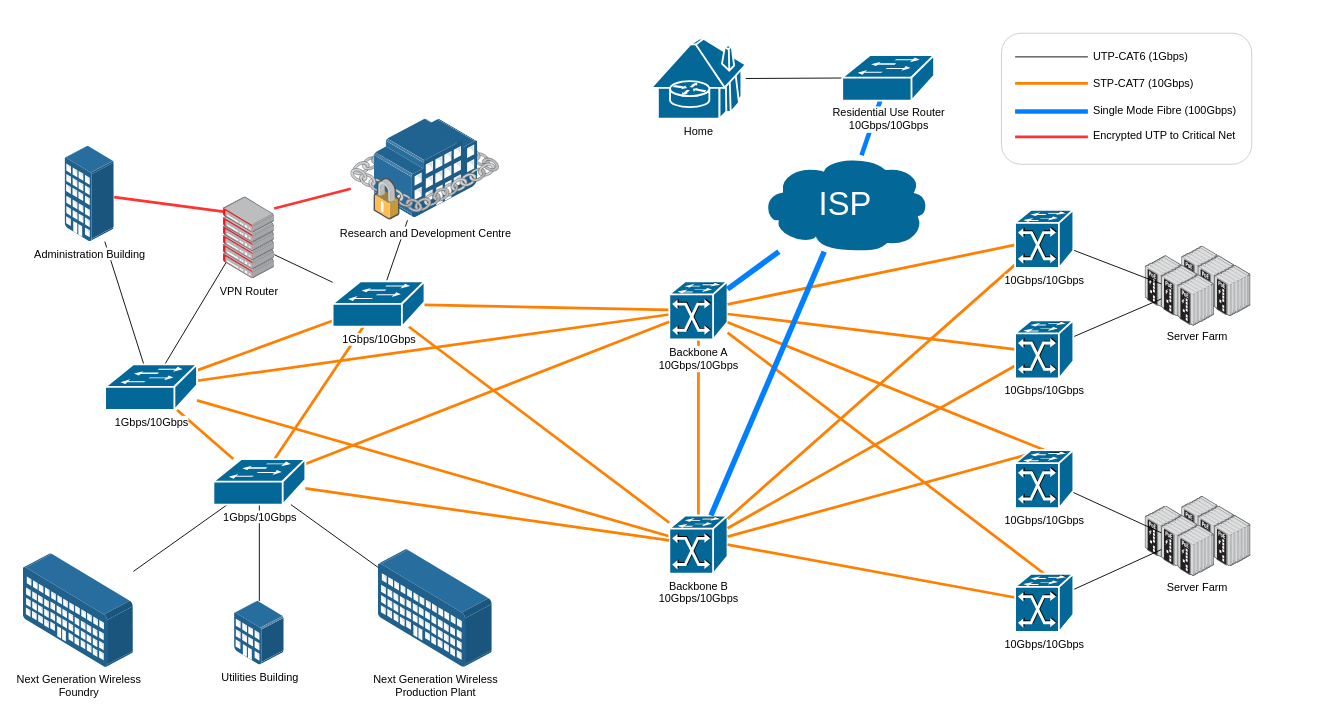
Above: page "Building Scale" (1 of 5) of Net_diagram/EE6223CA2.drawio in doem97/EE6223 (draw.io), before the change. Source tidied: cells renumbered, new cells numbered last; positions are measured from the earlier drawing's top-left corner, leaving out a move shared by most shapes. Both pictures are drawn from the tidied source at 91%, with x=0, y=0 at pixel (23, 33).
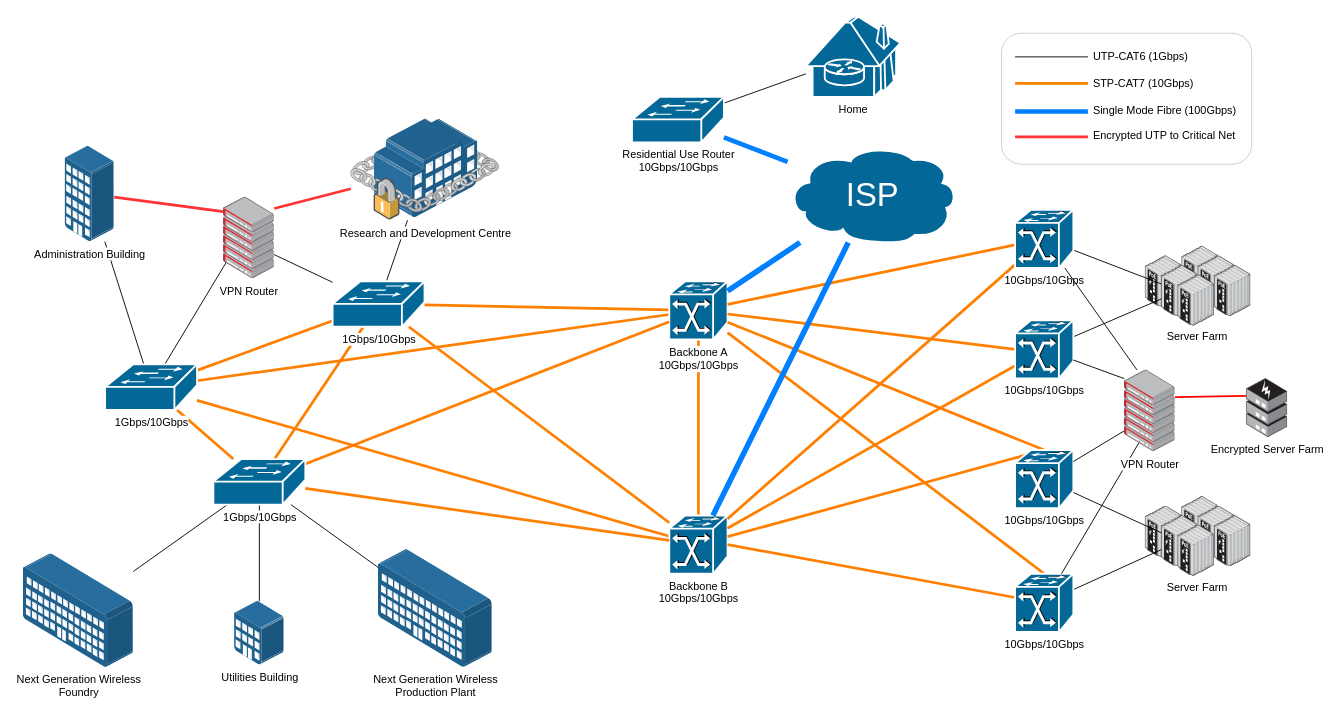
The same diagram, later.

Unchanged cells that the change refers to:
```xml
<mxCell id="36" value="10Gbps/10Gbps" style="shape=mxgraph.cisco.switches.atm_fast_gigabit_etherswitch;html=1;dashed=0;fillColor=#036897;strokeColor=#ffffff;strokeWidth=2;verticalLabelPosition=bottom;verticalAlign=top;align=center;outlineConnect=0;labelBackgroundColor=#ffffff;" parent="1" vertex="1">
  <mxGeometry x="1090" y="194" width="64" height="64" as="geometry" />
</mxCell>
<mxCell id="40" value="10Gbps/10Gbps" style="shape=mxgraph.cisco.switches.atm_fast_gigabit_etherswitch;html=1;dashed=0;fillColor=#036897;strokeColor=#ffffff;strokeWidth=2;verticalLabelPosition=bottom;verticalAlign=top;align=center;outlineConnect=0;labelBackgroundColor=#ffffff;" parent="1" vertex="1">
  <mxGeometry x="1090" y="315.4" width="64" height="64" as="geometry" />
</mxCell>
<mxCell id="44" value="10Gbps/10Gbps" style="shape=mxgraph.cisco.switches.atm_fast_gigabit_etherswitch;html=1;dashed=0;fillColor=#036897;strokeColor=#ffffff;strokeWidth=2;verticalLabelPosition=bottom;verticalAlign=top;align=center;outlineConnect=0;labelBackgroundColor=#ffffff;" parent="1" vertex="1">
  <mxGeometry x="1090" y="458" width="64" height="64" as="geometry" />
</mxCell>
<mxCell id="48" value="10Gbps/10Gbps" style="shape=mxgraph.cisco.switches.atm_fast_gigabit_etherswitch;html=1;dashed=0;fillColor=#036897;strokeColor=#ffffff;strokeWidth=2;verticalLabelPosition=bottom;verticalAlign=top;align=center;outlineConnect=0;labelBackgroundColor=#ffffff;" parent="1" vertex="1">
  <mxGeometry x="1090" y="594" width="64" height="64" as="geometry" />
</mxCell>
```

The edit, as a diff of the source:
```diff
@@
     <mxCell id="3" value="Home" style="shape=mxgraph.cisco.buildings.telecommuter_house;html=1;dashed=0;fillColor=#036897;strokeColor=#ffffff;strokeWidth=2;verticalLabelPosition=bottom;verticalAlign=top;align=center;outlineConnect=0;labelBackgroundColor=#ffffff;" parent="1" vertex="1">
-      <mxGeometry x="690" y="6" width="104" height="88" as="geometry" />
+      <mxGeometry x="860" y="-18" width="104" height="88" as="geometry" />
     </mxCell>
@@
     <mxCell id="65" style="group;" parent="1" vertex="1">
-      <mxGeometry x="810" y="134" width="186" height="106" as="geometry" />
+      <mxGeometry x="840" y="124" width="186" height="106" as="geometry" />
     </mxCell>
@@
     <mxCell id="92" value="Residential Use Router&lt;br&gt;10Gbps/10Gbps" style="shape=mxgraph.cisco.switches.workgroup_switch;html=1;dashed=0;fillColor=#036897;strokeColor=#ffffff;strokeWidth=2;verticalLabelPosition=bottom;verticalAlign=top;align=center;outlineConnect=0;labelBackgroundColor=#ffffff;" parent="1" vertex="1">
-      <mxGeometry x="900" y="24" width="101" height="50" as="geometry" />
+      <mxGeometry x="669" y="70" width="101" height="50" as="geometry" />
     </mxCell>
+    <mxCell id="93" value="Encrypted Server Farm" style="html=1;align=center;shadow=0;dashed=0;image;image=img/lib/allied_telesis/media_converters/Media_Converter_Standalone_POE.svg;labelBackgroundColor=#ffffff;fontColor=#000000;" parent="1" vertex="1">
+      <mxGeometry x="1344" y="407.2" width="45.6" height="37.2" as="geometry" />
+    </mxCell>
+    <mxCell id="94" style="html=1;align=center;shadow=0;dashed=0;image;image=img/lib/allied_telesis/media_converters/Media_Converter_Standalone_POE.svg;labelBackgroundColor=#ffffff;fontColor=#000000;" parent="1" vertex="1">
+      <mxGeometry x="1344" y="393.6" width="45.6" height="37.2" as="geometry" />
+    </mxCell>
+    <mxCell id="95" style="points=[];html=1;align=center;shadow=0;dashed=0;image;image=img/lib/allied_telesis/media_converters/Media_Converter_Standalone_POE.svg;labelBackgroundColor=#ffffff;fontColor=#000000;" parent="1" vertex="1">
+      <mxGeometry x="1344" y="379.4" width="45.6" height="37.2" as="geometry" />
+    </mxCell>
+    <mxCell id="96" style="edgeStyle=none;rounded=0;jettySize=auto;html=1;endArrow=none;endFill=0;strokeWidth=1;fontColor=#000000;" parent="1" edge="1" source="106" target="40">
+      <mxGeometry relative="1" as="geometry" />
+    </mxCell>
+    <mxCell id="97" style="edgeStyle=none;rounded=0;jettySize=auto;html=1;endArrow=none;endFill=0;strokeColor=#000000;strokeWidth=1;fontColor=#000000;" parent="1" edge="1" source="106" target="36">
+      <mxGeometry relative="1" as="geometry" />
+    </mxCell>
+    <mxCell id="98" style="edgeStyle=none;rounded=0;jettySize=auto;html=1;endArrow=none;endFill=0;strokeColor=#000000;strokeWidth=1;fontColor=#000000;" parent="1" edge="1" source="103" target="44">
+      <mxGeometry relative="1" as="geometry" />
+    </mxCell>
+    <mxCell id="99" style="edgeStyle=none;rounded=0;jettySize=auto;html=1;endArrow=none;endFill=0;strokeColor=#000000;strokeWidth=1;fontColor=#000000;" parent="1" edge="1" source="102" target="48">
+      <mxGeometry relative="1" as="geometry" />
+    </mxCell>
+    <mxCell id="100" style="group;" parent="1" vertex="1">
+      <mxGeometry x="1210" y="370" width="55.8" height="89.9" as="geometry" />
+    </mxCell>
+    <mxCell id="101" value="VPN Router" style="html=1;align=center;shadow=0;dashed=0;image;image=img/lib/allied_telesis/security/Router_VPN.svg;labelBackgroundColor=#ffffff;strokeColor=#CCCCCC;fontColor=#000000;" parent="100" vertex="1">
+      <mxGeometry y="50.3" width="55.8" height="39.6" as="geometry" />
+    </mxCell>
+    <mxCell id="102" style="points=[];html=1;align=center;shadow=0;dashed=0;image;image=img/lib/allied_telesis/security/Router_VPN.svg;labelBackgroundColor=#ffffff;strokeColor=#CCCCCC;fontColor=#000000;" parent="100" vertex="1">
+      <mxGeometry y="40.3" width="55.8" height="39.6" as="geometry" />
+    </mxCell>
+    <mxCell id="103" style="points=[];html=1;align=center;shadow=0;dashed=0;image;image=img/lib/allied_telesis/security/Router_VPN.svg;labelBackgroundColor=#ffffff;strokeColor=#CCCCCC;fontColor=#000000;" parent="100" vertex="1">
+      <mxGeometry y="30.3" width="55.8" height="39.6" as="geometry" />
+    </mxCell>
+    <mxCell id="104" style="html=1;align=center;shadow=0;dashed=0;image;image=img/lib/allied_telesis/security/Router_VPN.svg;labelBackgroundColor=#ffffff;strokeColor=#CCCCCC;fontColor=#000000;" parent="100" vertex="1">
+      <mxGeometry y="20.3" width="55.8" height="39.6" as="geometry" />
+    </mxCell>
+    <mxCell id="105" style="points=[];html=1;align=center;shadow=0;dashed=0;image;image=img/lib/allied_telesis/security/Router_VPN.svg;labelBackgroundColor=#ffffff;strokeColor=#CCCCCC;fontColor=#000000;" parent="100" vertex="1">
+      <mxGeometry y="10.7" width="55.8" height="39.6" as="geometry" />
+    </mxCell>
+    <mxCell id="106" style="points=[];html=1;align=center;shadow=0;dashed=0;image;image=img/lib/allied_telesis/security/Router_VPN.svg;labelBackgroundColor=#ffffff;strokeColor=#CCCCCC;fontColor=#000000;" parent="100" vertex="1">
+      <mxGeometry width="55.8" height="39.6" as="geometry" />
+    </mxCell>
+    <mxCell id="107" style="edgeStyle=none;rounded=0;jettySize=auto;html=1;endArrow=none;endFill=0;strokeWidth=2;fontColor=#000000;strokeColor=#FF0000;" parent="1" edge="1" source="105" target="95">
+      <mxGeometry relative="1" as="geometry" />
+    </mxCell>
```
